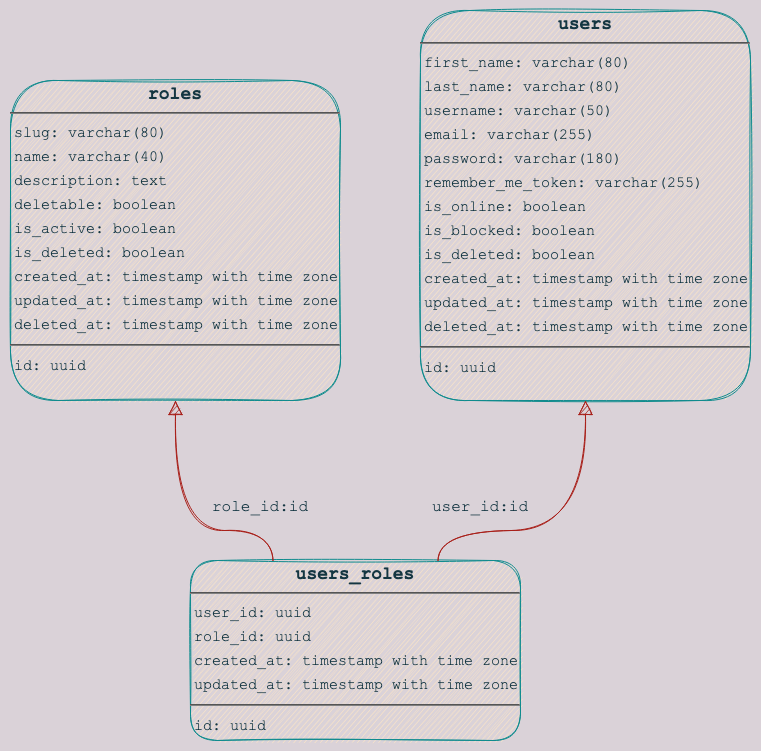
Above: .github/assets/images/schema.png in VictorBDias/judgecode-api (draw.io), before the change. Source tidied: cells renumbered, new cells last; positions are measured from the earlier drawing's top-left corner, leaving out a move shared by most shapes. Its diagram source:
```xml
<mxGraphModel background="#DAD2D8">
  <root>
    <mxCell id="0" />
    <mxCell id="1" parent="0" />
    <mxCell id="2" value="&lt;p style=&quot;margin: 4px 0px 0px; text-align: center; font-size: 13px;&quot;&gt;&lt;font size=&quot;1&quot;&gt;&lt;b style=&quot;font-size: 18px;&quot;&gt;roles&lt;/b&gt;&lt;/font&gt;&lt;/p&gt;&lt;hr style=&quot;font-size: 13px;&quot;&gt;&lt;p style=&quot;margin: 0px 0px 0px 4px; line-height: 1.6; font-size: 15px;&quot;&gt; &lt;font style=&quot;font-size: 15px;&quot;&gt;slug: varchar(80)&lt;br style=&quot;&quot;&gt; name: varchar(40)&lt;br style=&quot;&quot;&gt; description: text&lt;br style=&quot;&quot;&gt; deletable: boolean&lt;br style=&quot;&quot;&gt; is_active: boolean&lt;br style=&quot;&quot;&gt; is_deleted: boolean&lt;br style=&quot;&quot;&gt; created_at: timestamp with time zone&lt;br style=&quot;&quot;&gt; updated_at: timestamp with time zone&lt;br style=&quot;&quot;&gt; deleted_at: timestamp with time zone&lt;/font&gt;&lt;/p&gt;&lt;hr style=&quot;font-size: 15px;&quot;&gt;&lt;p style=&quot;margin: 0px 0px 0px 4px; line-height: 1.6; font-size: 15px;&quot;&gt;&lt;font style=&quot;font-size: 15px;&quot;&gt; id: uuid&lt;/font&gt;&lt;/p&gt;" style="verticalAlign=top;align=left;overflow=fill;fontSize=13;fontFamily=Courier New;html=1;rounded=1;shadow=0;comic=0;labelBackgroundColor=none;strokeWidth=1;sketch=1;fillColor=#FAE5C7;strokeColor=#0F8B8D;fontColor=#143642;" parent="1" vertex="1">
      <mxGeometry y="70" width="330" height="320" as="geometry" />
    </mxCell>
    <mxCell id="3" value="&lt;p style=&quot;margin: 4px 0px 0px; text-align: center; font-size: 13px;&quot;&gt;&lt;font size=&quot;1&quot;&gt;&lt;b style=&quot;font-size: 18px;&quot;&gt;users&lt;/b&gt;&lt;/font&gt;&lt;/p&gt;&lt;hr style=&quot;font-size: 13px;&quot;&gt;&lt;p style=&quot;margin: 0px 0px 0px 4px; line-height: 1.6; font-size: 15px;&quot;&gt; &lt;font style=&quot;font-size: 15px;&quot;&gt;first_name: varchar(80)&lt;br style=&quot;&quot;&gt; last_name: varchar(80)&lt;br style=&quot;&quot;&gt; username: varchar(50)&lt;br style=&quot;&quot;&gt; email: varchar(255)&lt;br style=&quot;&quot;&gt; password: varchar(180)&lt;br style=&quot;&quot;&gt; remember_me_token: varchar(255)&lt;br style=&quot;&quot;&gt; is_online: boolean&lt;br style=&quot;&quot;&gt; is_blocked: boolean&lt;br style=&quot;&quot;&gt; is_deleted: boolean&lt;br style=&quot;&quot;&gt; created_at: timestamp with time zone&lt;br style=&quot;&quot;&gt; updated_at: timestamp with time zone&lt;br style=&quot;&quot;&gt; deleted_at: timestamp with time zone&lt;/font&gt;&lt;/p&gt;&lt;hr style=&quot;font-size: 15px;&quot;&gt;&lt;p style=&quot;margin: 0px 0px 0px 4px; line-height: 1.6; font-size: 15px;&quot;&gt;&lt;font style=&quot;font-size: 15px;&quot;&gt; id: uuid&lt;/font&gt;&lt;/p&gt;" style="verticalAlign=top;align=left;overflow=fill;fontSize=13;fontFamily=Courier New;html=1;rounded=1;shadow=0;comic=0;labelBackgroundColor=none;strokeWidth=1;sketch=1;fillColor=#FAE5C7;strokeColor=#0F8B8D;fontColor=#143642;" parent="1" vertex="1">
      <mxGeometry x="410" width="330" height="390" as="geometry" />
    </mxCell>
    <mxCell id="4" value="&lt;p style=&quot;margin: 4px 0px 0px; text-align: center; font-size: 18px;&quot;&gt;&lt;b style=&quot;&quot;&gt;users_roles&lt;/b&gt;&lt;/p&gt;&lt;hr style=&quot;font-size: 13px;&quot;&gt;&lt;p style=&quot;margin: 0px 0px 0px 4px; line-height: 1.6; font-size: 15px;&quot;&gt; &lt;font style=&quot;font-size: 15px;&quot;&gt;user_id: uuid&lt;br style=&quot;&quot;&gt; role_id: uuid&lt;br style=&quot;&quot;&gt; created_at: timestamp with time zone&lt;br style=&quot;&quot;&gt; updated_at: timestamp with time zone&lt;/font&gt;&lt;/p&gt;&lt;hr style=&quot;font-size: 15px;&quot;&gt;&lt;p style=&quot;margin: 0px 0px 0px 4px; line-height: 1.6; font-size: 15px;&quot;&gt;&lt;font style=&quot;font-size: 15px;&quot;&gt; id: uuid&lt;/font&gt;&lt;/p&gt;" style="verticalAlign=top;align=left;overflow=fill;fontSize=13;fontFamily=Courier New;html=1;rounded=1;shadow=0;comic=0;labelBackgroundColor=none;strokeWidth=1;sketch=1;fillColor=#FAE5C7;strokeColor=#0F8B8D;fontColor=#143642;" parent="1" vertex="1">
      <mxGeometry x="180" y="550" width="330" height="180" as="geometry" />
    </mxCell>
    <mxCell id="5" style="html=1;rounded=1;edgeStyle=orthogonalEdgeStyle;dashed=0;startArrow=none;endArrow=block;endSize=12;strokeColor=#A8201A;exitX=0.250;exitY=0.000;exitDx=0;exitDy=0;entryX=0.500;entryY=1.000;entryDx=0;entryDy=0;fontSize=13;fontFamily=Courier New;sketch=1;curved=1;labelBackgroundColor=#DAD2D8;fontColor=#143642;" parent="1" edge="1" source="4" target="2">
      <mxGeometry relative="1" as="geometry">
        <Array as="points">
          <mxPoint x="263" y="520" />
          <mxPoint x="165" y="520" />
        </Array>
      </mxGeometry>
    </mxCell>
    <mxCell id="6" value="&lt;font style=&quot;font-size: 16px;&quot;&gt;role_id:id&lt;/font&gt;" style="edgeLabel;html=1;align=left;verticalAlign=top;strokeColor=#0F8B8D;fontSize=13;fontFamily=Courier New;sketch=1;rounded=1;labelBackgroundColor=#DAD2D8;fontColor=#143642;" parent="5" vertex="1">
      <mxGeometry x="-30" y="180" as="geometry" />
    </mxCell>
    <mxCell id="7" style="html=1;rounded=1;edgeStyle=orthogonalEdgeStyle;dashed=0;startArrow=none;endArrow=block;endSize=12;strokeColor=#A8201A;exitX=0.750;exitY=0.000;exitDx=0;exitDy=0;entryX=0.500;entryY=1.000;entryDx=0;entryDy=0;fontSize=13;fontFamily=Courier New;sketch=1;curved=1;labelBackgroundColor=#DAD2D8;fontColor=#143642;" parent="1" edge="1" source="4" target="3">
      <mxGeometry relative="1" as="geometry">
        <Array as="points">
          <mxPoint x="428" y="520" />
          <mxPoint x="575" y="520" />
        </Array>
      </mxGeometry>
    </mxCell>
    <mxCell id="8" value="&lt;font style=&quot;font-size: 16px;&quot;&gt;user_id:id&lt;/font&gt;" style="edgeLabel;html=1;align=left;verticalAlign=top;strokeColor=#0F8B8D;fontSize=13;fontFamily=Courier New;sketch=1;rounded=1;labelBackgroundColor=#DAD2D8;fontColor=#143642;" parent="7" vertex="1">
      <mxGeometry x="190" y="180" as="geometry" />
    </mxCell>
  </root>
</mxGraphModel>
```
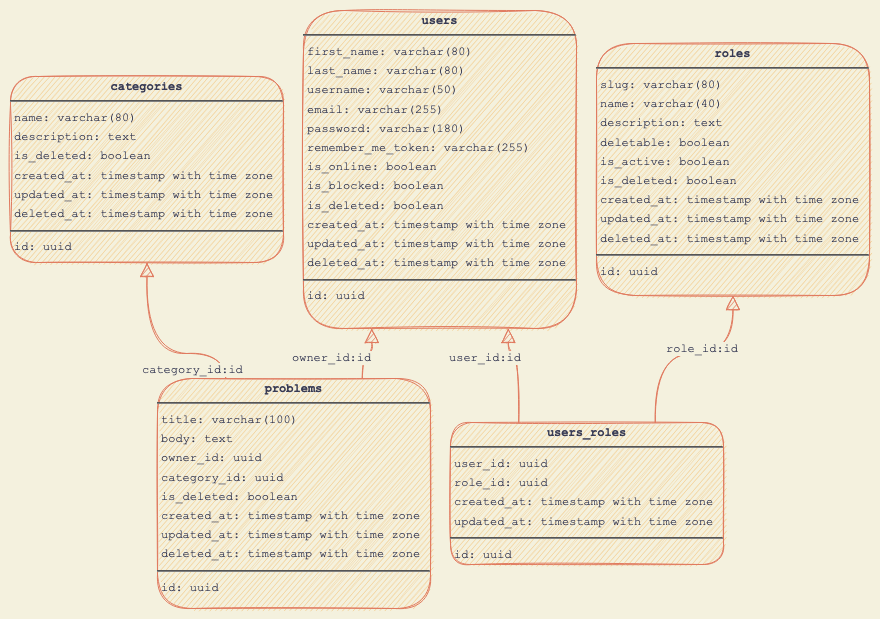
The same diagram one commit later.

Change to the diagram source:
```diff
@@ -1,37 +1,65 @@
-<mxGraphModel background="#DAD2D8">
+<mxGraphModel background="#F4F1DE">
   <root>
     <mxCell id="0" />
     <mxCell id="1" parent="0" />
+    <mxCell id="9" value="&lt;p style=&quot;margin: 4px 0px 0px; text-align: center; font-size: 12px;&quot;&gt;&lt;b style=&quot;font-size: 12px;&quot;&gt;categories&lt;/b&gt;&lt;/p&gt;&lt;hr style=&quot;font-size: 12px;&quot;&gt;&lt;p style=&quot;margin: 0px 0px 0px 4px; line-height: 1.6; font-size: 12px;&quot;&gt; name: varchar(80)&lt;br style=&quot;font-size: 12px;&quot;&gt; description: text&lt;br style=&quot;font-size: 12px;&quot;&gt; is_deleted: boolean&lt;br style=&quot;font-size: 12px;&quot;&gt; created_at: timestamp with time zone&lt;br style=&quot;font-size: 12px;&quot;&gt; updated_at: timestamp with time zone&lt;br style=&quot;font-size: 12px;&quot;&gt; deleted_at: timestamp with time zone&lt;/p&gt;&lt;hr style=&quot;font-size: 12px;&quot;&gt;&lt;p style=&quot;margin: 0px 0px 0px 4px; line-height: 1.6; font-size: 12px;&quot;&gt; id: uuid&lt;/p&gt;" style="verticalAlign=top;align=left;overflow=fill;fontSize=12;fontFamily=Courier New;html=1;rounded=1;shadow=0;comic=0;labelBackgroundColor=none;strokeWidth=1;sketch=1;fillColor=#F2CC8F;strokeColor=#E07A5F;fontColor=#393C56;" parent="1" vertex="1">
+      <mxGeometry x="93" y="207" width="273" height="186" as="geometry" />
+    </mxCell>
-    <mxCell id="2" value="&lt;p style=&quot;margin: 4px 0px 0px; text-align: center; font-size: 13px;&quot;&gt;&lt;font size=&quot;1&quot;&gt;&lt;b style=&quot;font-size: 18px;&quot;&gt;roles&lt;/b&gt;&lt;/font&gt;&lt;/p&gt;&lt;hr style=&quot;font-size: 13px;&quot;&gt;&lt;p style=&quot;margin: 0px 0px 0px 4px; line-height: 1.6; font-size: 15px;&quot;&gt; &lt;font style=&quot;font-size: 15px;&quot;&gt;slug: varchar(80)&lt;br style=&quot;&quot;&gt; name: varchar(40)&lt;br style=&quot;&quot;&gt; description: text&lt;br style=&quot;&quot;&gt; deletable: boolean&lt;br style=&quot;&quot;&gt; is_active: boolean&lt;br style=&quot;&quot;&gt; is_deleted: boolean&lt;br style=&quot;&quot;&gt; created_at: timestamp with time zone&lt;br style=&quot;&quot;&gt; updated_at: timestamp with time zone&lt;br style=&quot;&quot;&gt; deleted_at: timestamp with time zone&lt;/font&gt;&lt;/p&gt;&lt;hr style=&quot;font-size: 15px;&quot;&gt;&lt;p style=&quot;margin: 0px 0px 0px 4px; line-height: 1.6; font-size: 15px;&quot;&gt;&lt;font style=&quot;font-size: 15px;&quot;&gt; id: uuid&lt;/font&gt;&lt;/p&gt;" style="verticalAlign=top;align=left;overflow=fill;fontSize=13;fontFamily=Courier New;html=1;rounded=1;shadow=0;comic=0;labelBackgroundColor=none;strokeWidth=1;sketch=1;fillColor=#FAE5C7;strokeColor=#0F8B8D;fontColor=#143642;" parent="1" vertex="1">
-      <mxGeometry y="70" width="330" height="320" as="geometry" />
+    <mxCell id="2" value="&lt;p style=&quot;margin: 4px 0px 0px; text-align: center; font-size: 12px;&quot;&gt;&lt;b style=&quot;font-size: 12px;&quot;&gt;problems&lt;/b&gt;&lt;/p&gt;&lt;hr style=&quot;font-size: 12px;&quot;&gt;&lt;p style=&quot;margin: 0px 0px 0px 4px; line-height: 1.6; font-size: 12px;&quot;&gt; title: varchar(100)&lt;br style=&quot;font-size: 12px;&quot;&gt; body: text&lt;br style=&quot;font-size: 12px;&quot;&gt; owner_id: uuid&lt;br style=&quot;font-size: 12px;&quot;&gt; category_id: uuid&lt;br style=&quot;font-size: 12px;&quot;&gt; is_deleted: boolean&lt;br style=&quot;font-size: 12px;&quot;&gt; created_at: timestamp with time zone&lt;br style=&quot;font-size: 12px;&quot;&gt; updated_at: timestamp with time zone&lt;br style=&quot;font-size: 12px;&quot;&gt; deleted_at: timestamp with time zone&lt;/p&gt;&lt;hr style=&quot;font-size: 12px;&quot;&gt;&lt;p style=&quot;margin: 0px 0px 0px 4px; line-height: 1.6; font-size: 12px;&quot;&gt; id: uuid&lt;/p&gt;" style="verticalAlign=top;align=left;overflow=fill;fontSize=12;fontFamily=Courier New;html=1;rounded=1;shadow=0;comic=0;labelBackgroundColor=none;strokeWidth=1;sketch=1;fillColor=#F2CC8F;strokeColor=#E07A5F;fontColor=#393C56;" parent="1" vertex="1">
+      <mxGeometry x="240" y="509" width="273" height="230" as="geometry" />
     </mxCell>
-    <mxCell id="3" value="&lt;p style=&quot;margin: 4px 0px 0px; text-align: center; font-size: 13px;&quot;&gt;&lt;font size=&quot;1&quot;&gt;&lt;b style=&quot;font-size: 18px;&quot;&gt;users&lt;/b&gt;&lt;/font&gt;&lt;/p&gt;&lt;hr style=&quot;font-size: 13px;&quot;&gt;&lt;p style=&quot;margin: 0px 0px 0px 4px; line-height: 1.6; font-size: 15px;&quot;&gt; &lt;font style=&quot;font-size: 15px;&quot;&gt;first_name: varchar(80)&lt;br style=&quot;&quot;&gt; last_name: varchar(80)&lt;br style=&quot;&quot;&gt; username: varchar(50)&lt;br style=&quot;&quot;&gt; email: varchar(255)&lt;br style=&quot;&quot;&gt; password: varchar(180)&lt;br style=&quot;&quot;&gt; remember_me_token: varchar(255)&lt;br style=&quot;&quot;&gt; is_online: boolean&lt;br style=&quot;&quot;&gt; is_blocked: boolean&lt;br style=&quot;&quot;&gt; is_deleted: boolean&lt;br style=&quot;&quot;&gt; created_at: timestamp with time zone&lt;br style=&quot;&quot;&gt; updated_at: timestamp with time zone&lt;br style=&quot;&quot;&gt; deleted_at: timestamp with time zone&lt;/font&gt;&lt;/p&gt;&lt;hr style=&quot;font-size: 15px;&quot;&gt;&lt;p style=&quot;margin: 0px 0px 0px 4px; line-height: 1.6; font-size: 15px;&quot;&gt;&lt;font style=&quot;font-size: 15px;&quot;&gt; id: uuid&lt;/font&gt;&lt;/p&gt;" style="verticalAlign=top;align=left;overflow=fill;fontSize=13;fontFamily=Courier New;html=1;rounded=1;shadow=0;comic=0;labelBackgroundColor=none;strokeWidth=1;sketch=1;fillColor=#FAE5C7;strokeColor=#0F8B8D;fontColor=#143642;" parent="1" vertex="1">
-      <mxGeometry x="410" width="330" height="390" as="geometry" />
+    <mxCell id="3" value="&lt;p style=&quot;margin: 4px 0px 0px; text-align: center; font-size: 12px;&quot;&gt;&lt;b style=&quot;font-size: 12px;&quot;&gt;roles&lt;/b&gt;&lt;/p&gt;&lt;hr style=&quot;font-size: 12px;&quot;&gt;&lt;p style=&quot;margin: 0px 0px 0px 4px; line-height: 1.6; font-size: 12px;&quot;&gt; slug: varchar(80)&lt;br style=&quot;font-size: 12px;&quot;&gt; name: varchar(40)&lt;br style=&quot;font-size: 12px;&quot;&gt; description: text&lt;br style=&quot;font-size: 12px;&quot;&gt; deletable: boolean&lt;br style=&quot;font-size: 12px;&quot;&gt; is_active: boolean&lt;br style=&quot;font-size: 12px;&quot;&gt; is_deleted: boolean&lt;br style=&quot;font-size: 12px;&quot;&gt; created_at: timestamp with time zone&lt;br style=&quot;font-size: 12px;&quot;&gt; updated_at: timestamp with time zone&lt;br style=&quot;font-size: 12px;&quot;&gt; deleted_at: timestamp with time zone&lt;/p&gt;&lt;hr style=&quot;font-size: 12px;&quot;&gt;&lt;p style=&quot;margin: 0px 0px 0px 4px; line-height: 1.6; font-size: 12px;&quot;&gt; id: uuid&lt;/p&gt;" style="verticalAlign=top;align=left;overflow=fill;fontSize=12;fontFamily=Courier New;html=1;rounded=1;shadow=0;comic=0;labelBackgroundColor=none;strokeWidth=1;sketch=1;fillColor=#F2CC8F;strokeColor=#E07A5F;fontColor=#393C56;" parent="1" vertex="1">
+      <mxGeometry x="679" y="174" width="273" height="252" as="geometry" />
     </mxCell>
+    <mxCell id="10" value="&lt;p style=&quot;margin: 4px 0px 0px; text-align: center; font-size: 12px;&quot;&gt;&lt;b style=&quot;font-size: 12px;&quot;&gt;users&lt;/b&gt;&lt;/p&gt;&lt;hr style=&quot;font-size: 12px;&quot;&gt;&lt;p style=&quot;margin: 0px 0px 0px 4px; line-height: 1.6; font-size: 12px;&quot;&gt; first_name: varchar(80)&lt;br style=&quot;font-size: 12px;&quot;&gt; last_name: varchar(80)&lt;br style=&quot;font-size: 12px;&quot;&gt; username: varchar(50)&lt;br style=&quot;font-size: 12px;&quot;&gt; email: varchar(255)&lt;br style=&quot;font-size: 12px;&quot;&gt; password: varchar(180)&lt;br style=&quot;font-size: 12px;&quot;&gt; remember_me_token: varchar(255)&lt;br style=&quot;font-size: 12px;&quot;&gt; is_online: boolean&lt;br style=&quot;font-size: 12px;&quot;&gt; is_blocked: boolean&lt;br style=&quot;font-size: 12px;&quot;&gt; is_deleted: boolean&lt;br style=&quot;font-size: 12px;&quot;&gt; created_at: timestamp with time zone&lt;br style=&quot;font-size: 12px;&quot;&gt; updated_at: timestamp with time zone&lt;br style=&quot;font-size: 12px;&quot;&gt; deleted_at: timestamp with time zone&lt;/p&gt;&lt;hr style=&quot;font-size: 12px;&quot;&gt;&lt;p style=&quot;margin: 0px 0px 0px 4px; line-height: 1.6; font-size: 12px;&quot;&gt; id: uuid&lt;/p&gt;" style="verticalAlign=top;align=left;overflow=fill;fontSize=12;fontFamily=Courier New;html=1;rounded=1;shadow=0;comic=0;labelBackgroundColor=none;strokeWidth=1;sketch=1;fillColor=#F2CC8F;strokeColor=#E07A5F;fontColor=#393C56;" parent="1" vertex="1">
+      <mxGeometry x="386" y="141" width="273" height="318" as="geometry" />
+    </mxCell>
-    <mxCell id="4" value="&lt;p style=&quot;margin: 4px 0px 0px; text-align: center; font-size: 18px;&quot;&gt;&lt;b style=&quot;&quot;&gt;users_roles&lt;/b&gt;&lt;/p&gt;&lt;hr style=&quot;font-size: 13px;&quot;&gt;&lt;p style=&quot;margin: 0px 0px 0px 4px; line-height: 1.6; font-size: 15px;&quot;&gt; &lt;font style=&quot;font-size: 15px;&quot;&gt;user_id: uuid&lt;br style=&quot;&quot;&gt; role_id: uuid&lt;br style=&quot;&quot;&gt; created_at: timestamp with time zone&lt;br style=&quot;&quot;&gt; updated_at: timestamp with time zone&lt;/font&gt;&lt;/p&gt;&lt;hr style=&quot;font-size: 15px;&quot;&gt;&lt;p style=&quot;margin: 0px 0px 0px 4px; line-height: 1.6; font-size: 15px;&quot;&gt;&lt;font style=&quot;font-size: 15px;&quot;&gt; id: uuid&lt;/font&gt;&lt;/p&gt;" style="verticalAlign=top;align=left;overflow=fill;fontSize=13;fontFamily=Courier New;html=1;rounded=1;shadow=0;comic=0;labelBackgroundColor=none;strokeWidth=1;sketch=1;fillColor=#FAE5C7;strokeColor=#0F8B8D;fontColor=#143642;" parent="1" vertex="1">
-      <mxGeometry x="180" y="550" width="330" height="180" as="geometry" />
+    <mxCell id="4" value="&lt;p style=&quot;margin: 4px 0px 0px; text-align: center; font-size: 12px;&quot;&gt;&lt;b style=&quot;font-size: 12px;&quot;&gt;users_roles&lt;/b&gt;&lt;/p&gt;&lt;hr style=&quot;font-size: 12px;&quot;&gt;&lt;p style=&quot;margin: 0px 0px 0px 4px; line-height: 1.6; font-size: 12px;&quot;&gt; user_id: uuid&lt;br style=&quot;font-size: 12px;&quot;&gt; role_id: uuid&lt;br style=&quot;font-size: 12px;&quot;&gt; created_at: timestamp with time zone&lt;br style=&quot;font-size: 12px;&quot;&gt; updated_at: timestamp with time zone&lt;/p&gt;&lt;hr style=&quot;font-size: 12px;&quot;&gt;&lt;p style=&quot;margin: 0px 0px 0px 4px; line-height: 1.6; font-size: 12px;&quot;&gt; id: uuid&lt;/p&gt;" style="verticalAlign=top;align=left;overflow=fill;fontSize=12;fontFamily=Courier New;html=1;rounded=1;shadow=0;comic=0;labelBackgroundColor=none;strokeWidth=1;sketch=1;fillColor=#F2CC8F;strokeColor=#E07A5F;fontColor=#393C56;" parent="1" vertex="1">
+      <mxGeometry x="533" y="553" width="273" height="142" as="geometry" />
     </mxCell>
-    <mxCell id="5" style="html=1;rounded=1;edgeStyle=orthogonalEdgeStyle;dashed=0;startArrow=none;endArrow=block;endSize=12;strokeColor=#A8201A;exitX=0.250;exitY=0.000;exitDx=0;exitDy=0;entryX=0.500;entryY=1.000;entryDx=0;entryDy=0;fontSize=13;fontFamily=Courier New;sketch=1;curved=1;labelBackgroundColor=#DAD2D8;fontColor=#143642;" parent="1" edge="1" source="4" target="2">
+    <mxCell id="5" style="html=1;rounded=1;edgeStyle=orthogonalEdgeStyle;dashed=0;startArrow=none;endArrow=block;endSize=12;strokeColor=#E07A5F;exitX=0.250;exitY=0.000;exitDx=0;exitDy=0;entryX=0.500;entryY=1.000;entryDx=0;entryDy=0;sketch=1;curved=1;labelBackgroundColor=#F4F1DE;fontColor=#393C56;fontSize=12;fontFamily=Courier New;" parent="1" edge="1" source="2" target="9">
       <mxGeometry relative="1" as="geometry">
         <Array as="points">
-          <mxPoint x="263" y="520" />
-          <mxPoint x="165" y="520" />
+          <mxPoint x="308" y="484" />
+          <mxPoint x="230" y="484" />
         </Array>
       </mxGeometry>
     </mxCell>
-    <mxCell id="6" value="&lt;font style=&quot;font-size: 16px;&quot;&gt;role_id:id&lt;/font&gt;" style="edgeLabel;html=1;align=left;verticalAlign=top;strokeColor=#0F8B8D;fontSize=13;fontFamily=Courier New;sketch=1;rounded=1;labelBackgroundColor=#DAD2D8;fontColor=#143642;" parent="5" vertex="1">
-      <mxGeometry x="-30" y="180" as="geometry" />
+    <mxCell id="6" value="category_id:id" style="edgeLabel;html=1;align=left;verticalAlign=top;strokeColor=#E07A5F;rounded=1;sketch=1;labelBackgroundColor=#F4F1DE;fontColor=#393C56;fontSize=12;fontFamily=Courier New;" parent="5" vertex="1">
+      <mxGeometry x="-7" y="187" as="geometry" />
     </mxCell>
-    <mxCell id="7" style="html=1;rounded=1;edgeStyle=orthogonalEdgeStyle;dashed=0;startArrow=none;endArrow=block;endSize=12;strokeColor=#A8201A;exitX=0.750;exitY=0.000;exitDx=0;exitDy=0;entryX=0.500;entryY=1.000;entryDx=0;entryDy=0;fontSize=13;fontFamily=Courier New;sketch=1;curved=1;labelBackgroundColor=#DAD2D8;fontColor=#143642;" parent="1" edge="1" source="4" target="3">
+    <mxCell id="7" style="html=1;rounded=1;edgeStyle=orthogonalEdgeStyle;dashed=0;startArrow=none;endArrow=block;endSize=12;strokeColor=#E07A5F;exitX=0.750;exitY=0.000;exitDx=0;exitDy=0;entryX=0.250;entryY=1.000;entryDx=0;entryDy=0;sketch=1;curved=1;labelBackgroundColor=#F4F1DE;fontColor=#393C56;fontSize=12;fontFamily=Courier New;" parent="1" edge="1" source="2" target="10">
       <mxGeometry relative="1" as="geometry">
         <Array as="points">
-          <mxPoint x="428" y="520" />
-          <mxPoint x="575" y="520" />
+          <mxPoint x="444" y="484" />
+          <mxPoint x="454" y="484" />
         </Array>
       </mxGeometry>
     </mxCell>
-    <mxCell id="8" value="&lt;font style=&quot;font-size: 16px;&quot;&gt;user_id:id&lt;/font&gt;" style="edgeLabel;html=1;align=left;verticalAlign=top;strokeColor=#0F8B8D;fontSize=13;fontFamily=Courier New;sketch=1;rounded=1;labelBackgroundColor=#DAD2D8;fontColor=#143642;" parent="7" vertex="1">
-      <mxGeometry x="190" y="180" as="geometry" />
+    <mxCell id="8" value="owner_id:id" style="edgeLabel;html=1;align=left;verticalAlign=top;strokeColor=#E07A5F;rounded=1;sketch=1;labelBackgroundColor=#F4F1DE;fontColor=#393C56;fontSize=12;fontFamily=Courier New;" parent="7" vertex="1">
+      <mxGeometry x="143" y="175" as="geometry" />
     </mxCell>
+    <mxCell id="11" style="html=1;rounded=1;edgeStyle=orthogonalEdgeStyle;dashed=0;startArrow=none;endArrow=block;endSize=12;strokeColor=#E07A5F;exitX=0.750;exitY=0.000;exitDx=0;exitDy=0;entryX=0.500;entryY=1.000;entryDx=0;entryDy=0;sketch=1;curved=1;labelBackgroundColor=#F4F1DE;fontColor=#393C56;fontSize=12;fontFamily=Courier New;" parent="1" edge="1" source="4" target="3">
+      <mxGeometry relative="1" as="geometry">
+        <Array as="points">
+          <mxPoint x="737" y="484" />
+          <mxPoint x="816" y="484" />
+        </Array>
+      </mxGeometry>
+    </mxCell>
+    <mxCell id="12" value="role_id:id" style="edgeLabel;html=1;align=left;verticalAlign=top;strokeColor=#E07A5F;rounded=1;sketch=1;labelBackgroundColor=#F4F1DE;fontColor=#393C56;fontSize=12;fontFamily=Courier New;" parent="11" vertex="1">
+      <mxGeometry x="517" y="166" as="geometry" />
+    </mxCell>
+    <mxCell id="13" style="html=1;rounded=1;edgeStyle=orthogonalEdgeStyle;dashed=0;startArrow=none;endArrow=block;endSize=12;strokeColor=#E07A5F;exitX=0.250;exitY=0.000;exitDx=0;exitDy=0;entryX=0.750;entryY=1.000;entryDx=0;entryDy=0;sketch=1;curved=1;labelBackgroundColor=#F4F1DE;fontColor=#393C56;fontSize=12;fontFamily=Courier New;" parent="1" edge="1" source="4" target="10">
+      <mxGeometry relative="1" as="geometry">
+        <Array as="points">
+          <mxPoint x="601" y="484" />
+          <mxPoint x="591" y="484" />
+        </Array>
+      </mxGeometry>
+    </mxCell>
+    <mxCell id="14" value="user_id:id" style="edgeLabel;html=1;align=left;verticalAlign=top;strokeColor=#E07A5F;rounded=1;sketch=1;labelBackgroundColor=#F4F1DE;fontColor=#393C56;fontSize=12;fontFamily=Courier New;" parent="13" vertex="1">
+      <mxGeometry x="300" y="175" as="geometry" />
+    </mxCell>
   </root>
 </mxGraphModel>
```
